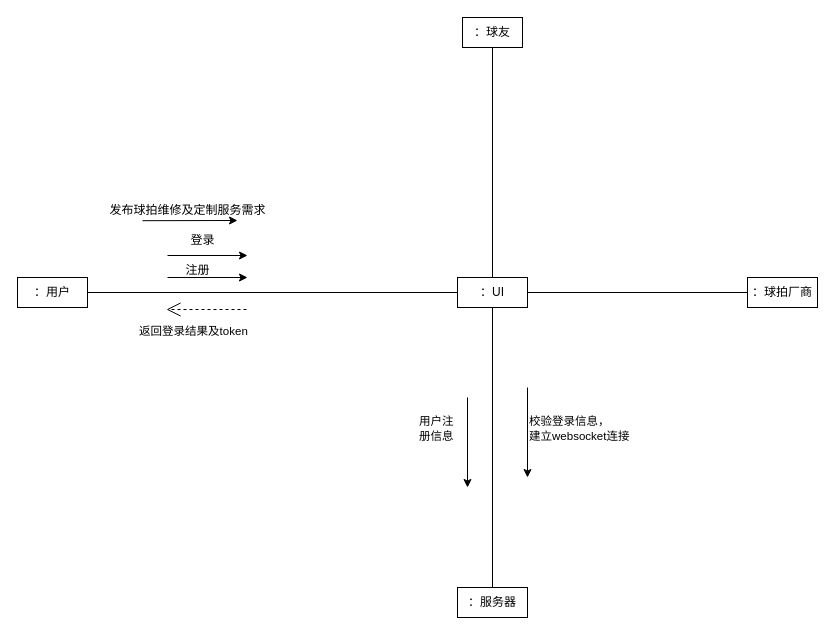
The draw.io diagram 通信图.drawio in 2919282119/charts, before the edit. Source tidied: cells renumbered, new cells numbered last; positions are measured from the earlier drawing's top-left corner, leaving out a move shared by most shapes. Both pictures are drawn from the tidied source at 100%, with x=0, y=0 at pixel (17, 17).
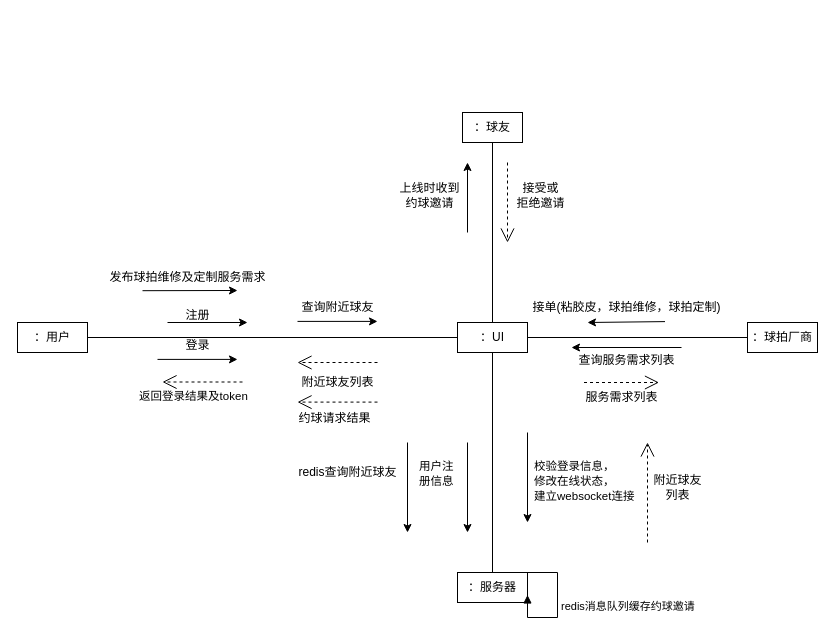
After the change.

Commit message (it also covers changes not shown here):
更新通信图.drawio

Diff of the diagram source:
```diff
@@
     <mxCell id="2" value="：球友" style="rounded=0;whiteSpace=wrap;html=1;" parent="1" vertex="1">
-      <mxGeometry x="445" width="60" height="30" as="geometry" />
+      <mxGeometry x="445" y="95" width="60" height="30" as="geometry" />
     </mxCell>
     <mxCell id="3" value="：用户" style="rounded=0;whiteSpace=wrap;html=1;" parent="1" vertex="1">
-      <mxGeometry y="260" width="70" height="30" as="geometry" />
+      <mxGeometry y="305" width="70" height="30" as="geometry" />
     </mxCell>
     <mxCell id="4" value="：服务器" style="rounded=0;whiteSpace=wrap;html=1;" parent="1" vertex="1">
-      <mxGeometry x="440" y="570" width="70" height="30" as="geometry" />
+      <mxGeometry x="440" y="555" width="70" height="30" as="geometry" />
     </mxCell>
     <mxCell id="5" value="：UI" style="rounded=0;whiteSpace=wrap;html=1;" parent="1" vertex="1">
-      <mxGeometry x="440" y="260" width="70" height="30" as="geometry" />
+      <mxGeometry x="440" y="305" width="70" height="30" as="geometry" />
     </mxCell>
     <mxCell id="6" value="：球拍厂商" style="rounded=0;whiteSpace=wrap;html=1;" parent="1" vertex="1">
-      <mxGeometry x="730" y="260" width="70" height="30" as="geometry" />
+      <mxGeometry x="730" y="305" width="70" height="30" as="geometry" />
     </mxCell>
@@
     <mxCell id="11" style="endArrow=classic;html=1;rounded=0;" parent="1" edge="1">
       <mxGeometry relative="1" as="geometry">
-        <mxPoint x="150" y="260" as="sourcePoint" />
-        <mxPoint x="230" y="260" as="targetPoint" />
+        <mxPoint x="150" y="305" as="sourcePoint" />
+        <mxPoint x="230" y="305" as="targetPoint" />
       </mxGeometry>
     </mxCell>
     <mxCell id="12" value="注册" style="text;html=1;align=center;verticalAlign=middle;strokeColor=none;fillColor=none;" parent="1" vertex="1">
-      <mxGeometry x="155" y="238" width="50" height="30" as="geometry" />
+      <mxGeometry x="155" y="283" width="50" height="30" as="geometry" />
     </mxCell>
     <mxCell id="13" style="endArrow=classic;html=1;rounded=0;" parent="1" edge="1">
       <mxGeometry relative="1" as="geometry">
-        <mxPoint x="150" y="238" as="sourcePoint" />
-        <mxPoint x="230" y="238" as="targetPoint" />
+        <mxPoint x="140" y="341.9" as="sourcePoint" />
+        <mxPoint x="220" y="341.9" as="targetPoint" />
       </mxGeometry>
     </mxCell>
     <mxCell id="14" value="登录" style="text;html=1;align=center;verticalAlign=middle;strokeColor=none;fillColor=none;" parent="1" vertex="1">
-      <mxGeometry x="160" y="208" width="50" height="30" as="geometry" />
+      <mxGeometry x="155" y="313" width="50" height="30" as="geometry" />
     </mxCell>
     <mxCell id="15" style="endArrow=classic;html=1;rounded=0;" parent="1" edge="1">
       <mxGeometry relative="1" as="geometry">
-        <mxPoint x="450" y="380" as="sourcePoint" />
-        <mxPoint x="450" y="470" as="targetPoint" />
+        <mxPoint x="450" y="425" as="sourcePoint" />
+        <mxPoint x="450" y="515" as="targetPoint" />
       </mxGeometry>
     </mxCell>
     <mxCell id="16" value="&lt;font face=&quot;MicrosoftYaHei&quot;&gt;&lt;span style=&quot;font-size: 11.52px;&quot;&gt;用户注册信息&lt;/span&gt;&lt;/font&gt;" style="text;whiteSpace=wrap;html=1;" parent="1" vertex="1">
-      <mxGeometry x="400" y="390" width="40" height="40" as="geometry" />
+      <mxGeometry x="400" y="435" width="40" height="40" as="geometry" />
     </mxCell>
     <mxCell id="17" style="endArrow=classic;html=1;rounded=0;" parent="1" edge="1">
       <mxGeometry relative="1" as="geometry">
-        <mxPoint x="510" y="370" as="sourcePoint" />
-        <mxPoint x="510" y="460" as="targetPoint" />
+        <mxPoint x="510" y="415" as="sourcePoint" />
+        <mxPoint x="510" y="505" as="targetPoint" />
       </mxGeometry>
     </mxCell>
-    <mxCell id="18" value="&lt;span style=&quot;color:rgb(0,0,0);font-family:MicrosoftYaHei;font-size:8.64pt;font-weight:normal;&quot;&gt;校验登录信息，&lt;/span&gt;&lt;span style=&quot;font-family: MicrosoftYaHei; font-size: 8.64pt;&quot;&gt;&lt;br&gt;建立&lt;/span&gt;&lt;span style=&quot;font-family: ArialMT; font-size: 8.64pt;&quot;&gt;websocket&lt;/span&gt;&lt;span style=&quot;font-family: MicrosoftYaHei; font-size: 8.64pt;&quot;&gt;连接&lt;/span&gt;" style="text;whiteSpace=wrap;html=1;" parent="1" vertex="1">
-      <mxGeometry x="510" y="390" width="120" height="40" as="geometry" />
+    <mxCell id="18" value="&lt;span style=&quot;color:rgb(0,0,0);font-family:MicrosoftYaHei;font-size:8.64pt;font-weight:normal;&quot;&gt;校验登录信息，&lt;/span&gt;&lt;div&gt;&lt;span style=&quot;color:rgb(0,0,0);font-family:MicrosoftYaHei;font-size:8.64pt;font-weight:normal;&quot;&gt;修改在线状态，&lt;/span&gt;&lt;span style=&quot;font-family: MicrosoftYaHei; font-size: 8.64pt;&quot;&gt;&lt;br&gt;建立&lt;/span&gt;&lt;span style=&quot;font-family: ArialMT; font-size: 8.64pt;&quot;&gt;websocket&lt;/span&gt;&lt;span style=&quot;font-family: MicrosoftYaHei; font-size: 8.64pt;&quot;&gt;连接&lt;/span&gt;&lt;/div&gt;" style="text;whiteSpace=wrap;html=1;" parent="1" vertex="1">
+      <mxGeometry x="515" y="435" width="110" height="60" as="geometry" />
     </mxCell>
     <mxCell id="19" value="&lt;span style=&quot;color:rgb(0,0,0);font-family:MicrosoftYaHei;font-size:8.64pt;font-weight:normal;&quot;&gt;返回登录结果及&lt;/span&gt;&lt;span style=&quot;color:rgb(0,0,0);font-family:ArialMT;font-size:8.64pt;font-weight:normal;&quot;&gt;token&lt;/span&gt;" style="text;whiteSpace=wrap;html=1;" parent="1" vertex="1">
-      <mxGeometry x="120" y="300" width="150" height="40" as="geometry" />
+      <mxGeometry x="120" y="365" width="150" height="40" as="geometry" />
     </mxCell>
     <mxCell id="20" style="endArrow=open;endSize=12;dashed=1;html=1;rounded=0;" parent="1" edge="1">
       <mxGeometry relative="1" as="geometry">
-        <mxPoint x="229" y="292" as="sourcePoint" />
-        <mxPoint x="149" y="292" as="targetPoint" />
+        <mxPoint x="225" y="364.5" as="sourcePoint" />
+        <mxPoint x="145" y="364.5" as="targetPoint" />
       </mxGeometry>
     </mxCell>
     <mxCell id="21" value="发布球拍维修及定制服务需求" style="text;html=1;align=center;verticalAlign=middle;strokeColor=none;fillColor=none;" parent="1" vertex="1">
-      <mxGeometry x="80" y="178" width="180" height="30" as="geometry" />
+      <mxGeometry x="80" y="245" width="180" height="30" as="geometry" />
     </mxCell>
     <mxCell id="22" style="endArrow=classic;html=1;rounded=0;" parent="1" edge="1">
       <mxGeometry relative="1" as="geometry">
-        <mxPoint x="125" y="203.2" as="sourcePoint" />
-        <mxPoint x="220" y="203" as="targetPoint" />
+        <mxPoint x="125" y="273.2" as="sourcePoint" />
+        <mxPoint x="220" y="273" as="targetPoint" />
       </mxGeometry>
     </mxCell>
+    <mxCell id="23" style="endArrow=classic;html=1;rounded=0;entryX=0.75;entryY=0;entryDx=0;entryDy=0;" parent="1" edge="1">
+      <mxGeometry relative="1" as="geometry">
+        <mxPoint x="647.5" y="304.1" as="sourcePoint" />
+        <mxPoint x="570" y="305" as="targetPoint" />
+      </mxGeometry>
+    </mxCell>
+    <mxCell id="24" value="接单(粘胶皮，球拍维修，球拍定制)" style="text;html=1;align=center;verticalAlign=middle;strokeColor=none;fillColor=none;" parent="1" vertex="1">
+      <mxGeometry x="504" y="275" width="210" height="30" as="geometry" />
+    </mxCell>
+    <mxCell id="25" style="endArrow=classic;html=1;rounded=0;" parent="1" edge="1">
+      <mxGeometry relative="1" as="geometry">
+        <mxPoint x="390" y="425" as="sourcePoint" />
+        <mxPoint x="390" y="515" as="targetPoint" />
+      </mxGeometry>
+    </mxCell>
+    <mxCell id="26" value="查询附近球友" style="text;html=1;align=center;verticalAlign=middle;strokeColor=none;fillColor=none;" parent="1" vertex="1">
+      <mxGeometry x="270" y="275" width="100" height="30" as="geometry" />
+    </mxCell>
+    <mxCell id="27" style="endArrow=classic;html=1;rounded=0;" parent="1" edge="1">
+      <mxGeometry relative="1" as="geometry">
+        <mxPoint x="280" y="303.9" as="sourcePoint" />
+        <mxPoint x="360" y="303.9" as="targetPoint" />
+      </mxGeometry>
+    </mxCell>
+    <mxCell id="28" value="redis查询附近球友" style="text;html=1;align=center;verticalAlign=middle;strokeColor=none;fillColor=none;" parent="1" vertex="1">
+      <mxGeometry x="270" y="440" width="120" height="30" as="geometry" />
+    </mxCell>
+    <mxCell id="29" value="redis消息队列缓存约球邀请" style="html=1;align=left;spacingLeft=2;endArrow=block;rounded=0;edgeStyle=orthogonalEdgeStyle;curved=0;rounded=0;exitX=1;exitY=0;exitDx=0;exitDy=0;entryX=1;entryY=0.75;entryDx=0;entryDy=0;" parent="1" edge="1" source="4" target="4">
+      <mxGeometry relative="1" as="geometry">
+        <Array as="points">
+          <mxPoint x="540" y="555" />
+          <mxPoint x="540" y="600" />
+          <mxPoint x="510" y="600" />
+        </Array>
+      </mxGeometry>
+    </mxCell>
+    <mxCell id="30" style="endArrow=open;endSize=12;dashed=1;html=1;rounded=0;" parent="1" edge="1">
+      <mxGeometry relative="1" as="geometry">
+        <mxPoint x="360" y="345" as="sourcePoint" />
+        <mxPoint x="280" y="345" as="targetPoint" />
+      </mxGeometry>
+    </mxCell>
+    <mxCell id="31" value="附近球友列表" style="text;html=1;align=center;verticalAlign=middle;strokeColor=none;fillColor=none;" parent="1" vertex="1">
+      <mxGeometry x="270" y="350" width="100" height="30" as="geometry" />
+    </mxCell>
+    <mxCell id="32" style="endArrow=classic;html=1;rounded=0;" parent="1" edge="1">
+      <mxGeometry relative="1" as="geometry">
+        <mxPoint x="664" y="330" as="sourcePoint" />
+        <mxPoint x="554" y="330" as="targetPoint" />
+      </mxGeometry>
+    </mxCell>
+    <mxCell id="33" value="查询服务需求列表" style="text;html=1;align=center;verticalAlign=middle;strokeColor=none;fillColor=none;" parent="1" vertex="1">
+      <mxGeometry x="549" y="328" width="120" height="30" as="geometry" />
+    </mxCell>
+    <mxCell id="34" style="endArrow=open;endSize=12;dashed=1;html=1;rounded=0;" parent="1" edge="1">
+      <mxGeometry relative="1" as="geometry">
+        <mxPoint x="566.5" y="365" as="sourcePoint" />
+        <mxPoint x="641.5" y="365" as="targetPoint" />
+      </mxGeometry>
+    </mxCell>
+    <mxCell id="35" value="服务需求列表" style="text;html=1;align=center;verticalAlign=middle;strokeColor=none;fillColor=none;" parent="1" vertex="1">
+      <mxGeometry x="554" y="365" width="100" height="30" as="geometry" />
+    </mxCell>
+    <mxCell id="36" style="endArrow=classic;html=1;rounded=0;" parent="1" edge="1">
+      <mxGeometry relative="1" as="geometry">
+        <mxPoint x="450" y="215" as="sourcePoint" />
+        <mxPoint x="450" y="145" as="targetPoint" />
+      </mxGeometry>
+    </mxCell>
+    <mxCell id="37" value="上线时收到&lt;div&gt;约球邀请&lt;/div&gt;" style="text;html=1;align=center;verticalAlign=middle;strokeColor=none;fillColor=none;" parent="1" vertex="1">
+      <mxGeometry x="372" y="158" width="80" height="40" as="geometry" />
+    </mxCell>
+    <mxCell id="38" style="endArrow=open;endSize=12;dashed=1;html=1;rounded=0;" parent="1" edge="1">
+      <mxGeometry relative="1" as="geometry">
+        <mxPoint x="490" y="145" as="sourcePoint" />
+        <mxPoint x="490" y="225" as="targetPoint" />
+      </mxGeometry>
+    </mxCell>
+    <mxCell id="39" value="接受或&lt;div&gt;拒绝邀请&lt;/div&gt;" style="text;html=1;align=center;verticalAlign=middle;strokeColor=none;fillColor=none;" parent="1" vertex="1">
+      <mxGeometry x="488" y="158" width="70" height="40" as="geometry" />
+    </mxCell>
+    <mxCell id="40" style="endArrow=open;endSize=12;dashed=1;html=1;rounded=0;" parent="1" edge="1">
+      <mxGeometry relative="1" as="geometry">
+        <mxPoint x="360" y="384.6" as="sourcePoint" />
+        <mxPoint x="280" y="384.6" as="targetPoint" />
+      </mxGeometry>
+    </mxCell>
+    <mxCell id="41" value="约球请求结果" style="text;html=1;align=center;verticalAlign=middle;strokeColor=none;fillColor=none;" parent="1" vertex="1">
+      <mxGeometry x="267" y="386" width="100" height="30" as="geometry" />
+    </mxCell>
+    <mxCell id="42" style="endArrow=open;endSize=12;dashed=1;html=1;rounded=0;" parent="1" edge="1">
+      <mxGeometry relative="1" as="geometry">
+        <mxPoint x="630" y="525" as="sourcePoint" />
+        <mxPoint x="630" y="425" as="targetPoint" />
+      </mxGeometry>
+    </mxCell>
+    <mxCell id="43" value="附近球友&lt;div&gt;列表&lt;/div&gt;" style="text;html=1;align=center;verticalAlign=middle;strokeColor=none;fillColor=none;" parent="1" vertex="1">
+      <mxGeometry x="625" y="450" width="70" height="40" as="geometry" />
+    </mxCell>
```
